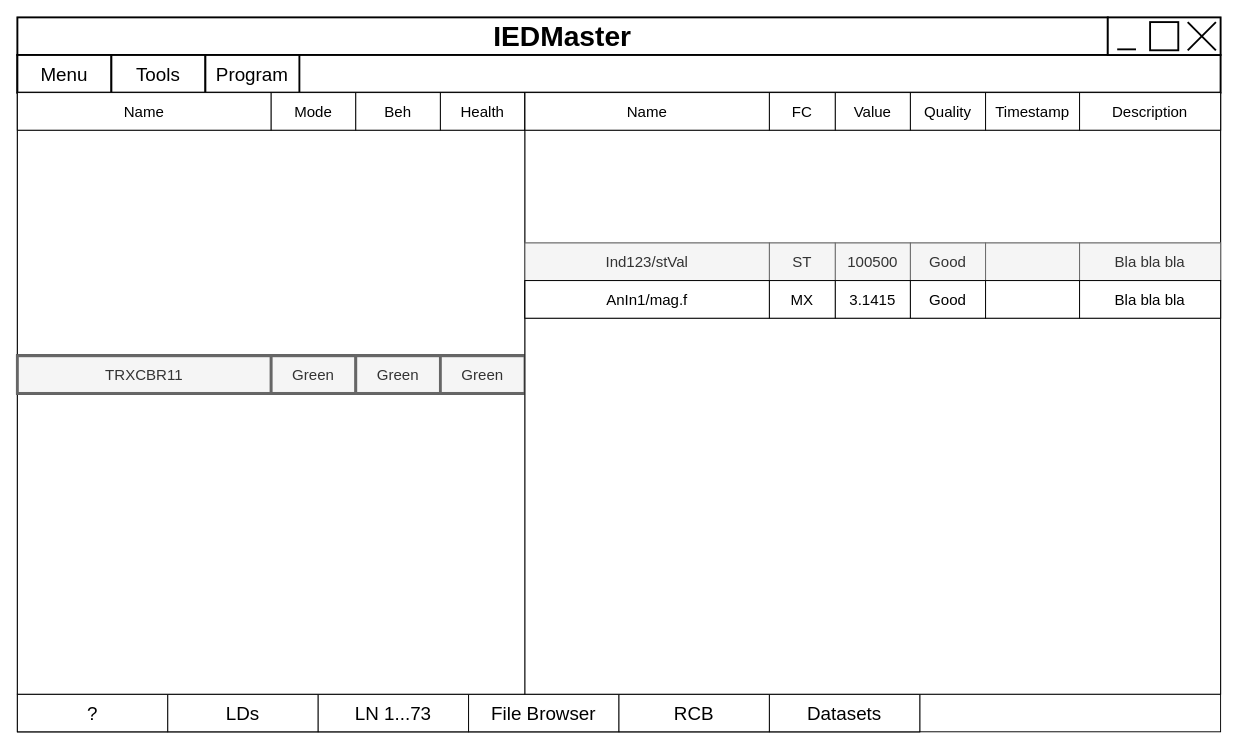
Earlier version of the draw.io diagram page "GUI Table LN" (3 of 11) of docs/Architecture.drawio (Rustam12345m/IEDClient). Source tidied: cells renumbered, new cells numbered last; positions are measured from the earlier drawing's top-left corner, leaving out a move shared by most shapes. Both pictures are drawn from the tidied source at 94%, with x=0, y=0 at pixel (17, 17).
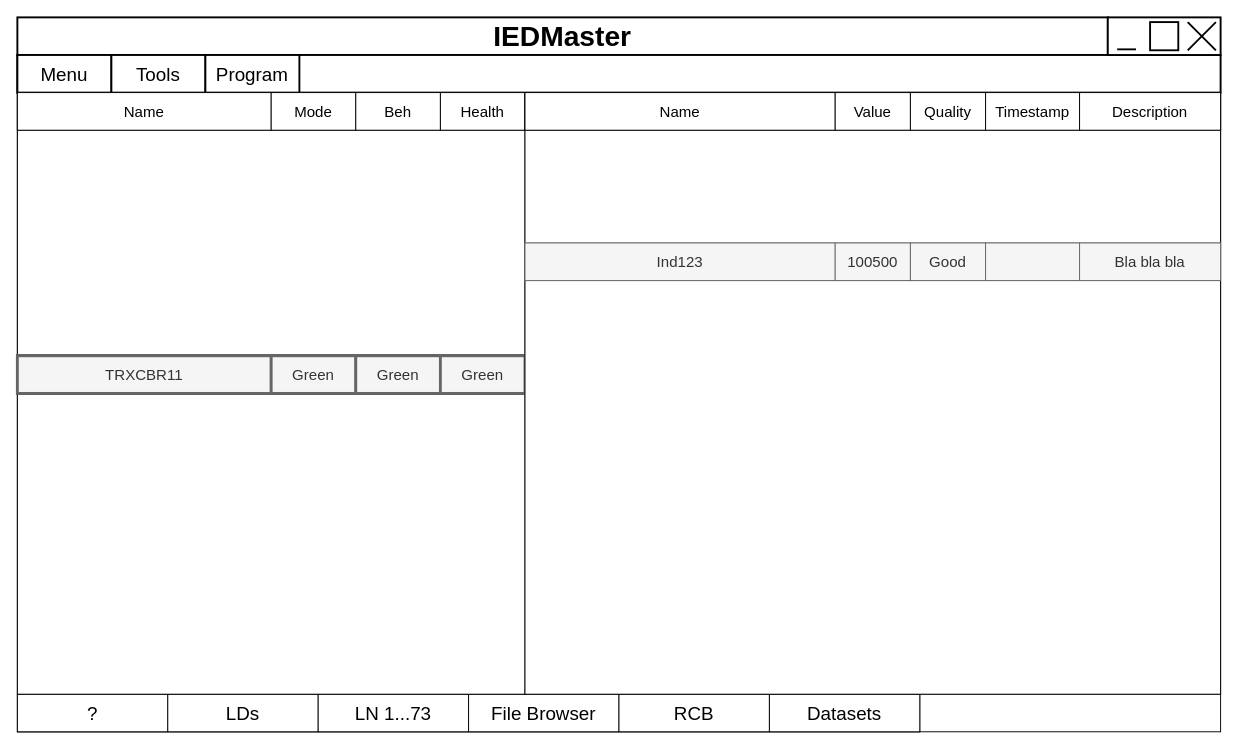
The same page after the edit.

What changed in the source:
```diff
@@
     <mxCell id="40" value="&lt;font style=&quot;font-size: 16px;&quot;&gt;Name&lt;/font&gt;" style="rounded=0;whiteSpace=wrap;html=1;" parent="1" vertex="1">
-      <mxGeometry x="540" y="80" width="260" height="40" as="geometry" />
+      <mxGeometry x="540" y="80" width="330" height="40" as="geometry" />
     </mxCell>
@@
-    <mxCell id="46" value="Ind123/stVal" style="rounded=0;whiteSpace=wrap;html=1;fontSize=16;fillColor=#f5f5f5;fontColor=#333333;strokeColor=#666666;" parent="1" vertex="1">
-      <mxGeometry x="540" y="240" width="260" height="40" as="geometry" />
+    <mxCell id="46" value="Ind123" style="rounded=0;whiteSpace=wrap;html=1;fontSize=16;fillColor=#f5f5f5;fontColor=#333333;strokeColor=#666666;" parent="1" vertex="1">
+      <mxGeometry x="540" y="240" width="330" height="40" as="geometry" />
     </mxCell>
@@
-    <mxCell id="51" value="&lt;font style=&quot;font-size: 16px;&quot;&gt;FC&lt;/font&gt;" style="rounded=0;whiteSpace=wrap;html=1;" parent="1" vertex="1">
-      <mxGeometry x="800" y="80" width="70" height="40" as="geometry" />
-    </mxCell>
-    <mxCell id="52" value="&lt;font style=&quot;font-size: 16px;&quot;&gt;ST&lt;/font&gt;" style="rounded=0;whiteSpace=wrap;html=1;fontSize=16;fillColor=#f5f5f5;fontColor=#333333;strokeColor=#666666;" parent="1" vertex="1">
-      <mxGeometry x="800" y="240" width="70" height="40" as="geometry" />
-    </mxCell>
-    <mxCell id="53" style="rounded=0;whiteSpace=wrap;html=1;fontSize=16;" parent="1" vertex="1">
-      <mxGeometry x="540" y="280" width="740" height="40" as="geometry" />
-    </mxCell>
-    <mxCell id="54" value="AnIn1/mag.f" style="rounded=0;whiteSpace=wrap;html=1;fontSize=16;" parent="1" vertex="1">
-      <mxGeometry x="540" y="280" width="260" height="40" as="geometry" />
-    </mxCell>
-    <mxCell id="55" value="&lt;font style=&quot;font-size: 16px;&quot;&gt;3.1415&lt;/font&gt;" style="rounded=0;whiteSpace=wrap;html=1;fontSize=16;" parent="1" vertex="1">
-      <mxGeometry x="870" y="280" width="80" height="40" as="geometry" />
-    </mxCell>
-    <mxCell id="56" value="&lt;font style=&quot;font-size: 16px;&quot;&gt;Good&lt;/font&gt;" style="rounded=0;whiteSpace=wrap;html=1;fontSize=16;" parent="1" vertex="1">
-      <mxGeometry x="950" y="280" width="80" height="40" as="geometry" />
-    </mxCell>
-    <mxCell id="57" style="rounded=0;whiteSpace=wrap;html=1;fontSize=16;" parent="1" vertex="1">
-      <mxGeometry x="1030" y="280" width="100" height="40" as="geometry" />
-    </mxCell>
-    <mxCell id="58" value="&lt;font style=&quot;font-size: 16px;&quot;&gt;Bla bla bla&lt;/font&gt;" style="rounded=0;whiteSpace=wrap;html=1;fontSize=16;" parent="1" vertex="1">
-      <mxGeometry x="1130" y="280" width="150" height="40" as="geometry" />
-    </mxCell>
-    <mxCell id="59" value="&lt;font style=&quot;font-size: 16px;&quot;&gt;MX&lt;/font&gt;" style="rounded=0;whiteSpace=wrap;html=1;fontSize=16;" parent="1" vertex="1">
-      <mxGeometry x="800" y="280" width="70" height="40" as="geometry" />
-    </mxCell>
```
